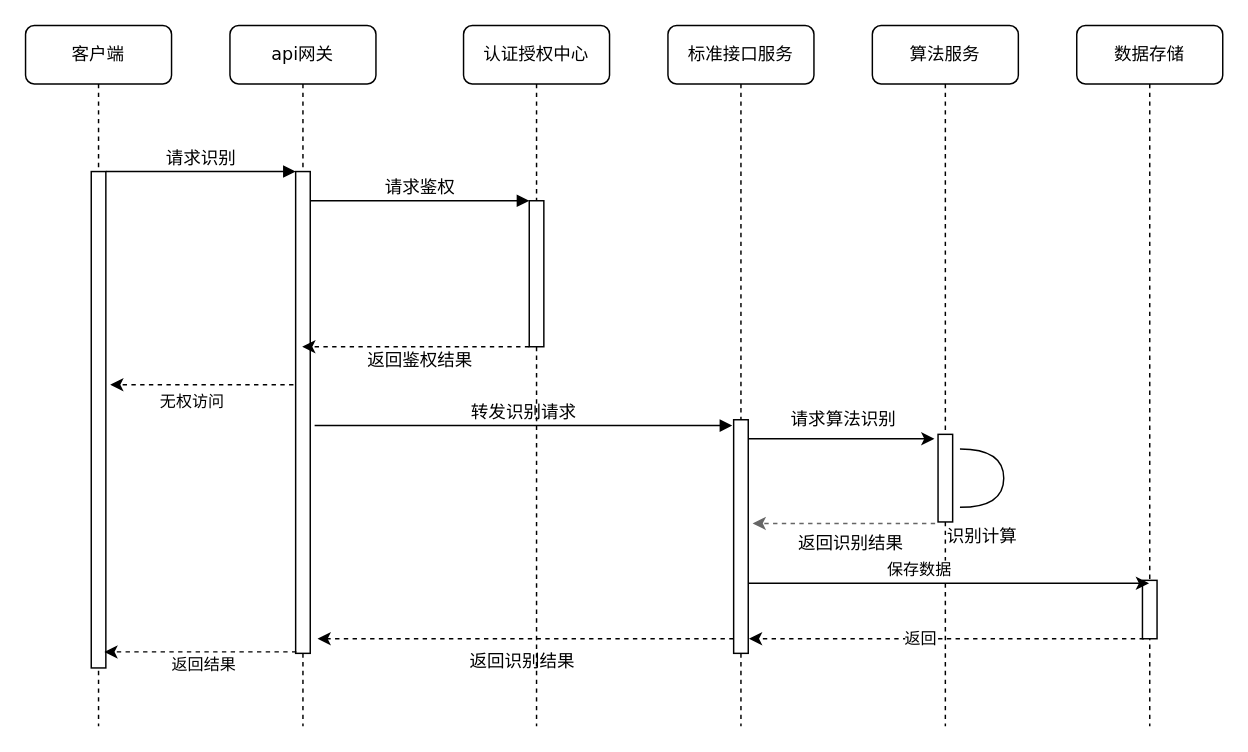
luyuandeng/drawio keeps this draw.io diagram as server-image.drawio. Above is the earlier version. Source tidied: cells renumbered, new cells numbered last; positions are measured from the earlier drawing's top-left corner, leaving out a move shared by most shapes. Both pictures are drawn from the tidied source at 146%, with x=0, y=0 at pixel (25, 25).
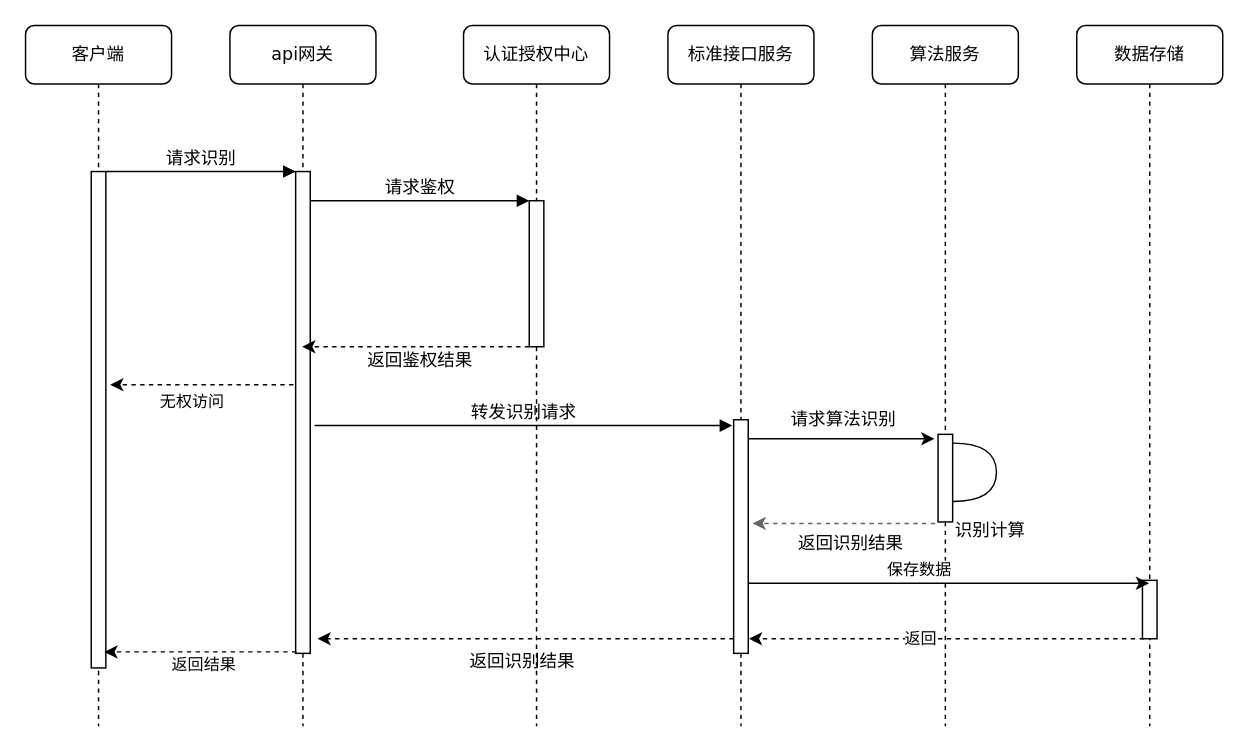
The same page after the edit.

The edit, as a diff of the source:
```diff
@@
-    <mxCell id="27" value="识别计算" style="shape=requiredInterface;html=1;verticalLabelPosition=bottom;" parent="1" vertex="1">
-      <mxGeometry x="640" y="290" width="30" height="40" as="geometry" />
+    <mxCell id="27" value="识别计算" style="shape=requiredInterface;html=1;verticalLabelPosition=bottom;align=left;" parent="1" vertex="1">
+      <mxGeometry x="635" y="286" width="30" height="40" as="geometry" />
     </mxCell>
```
